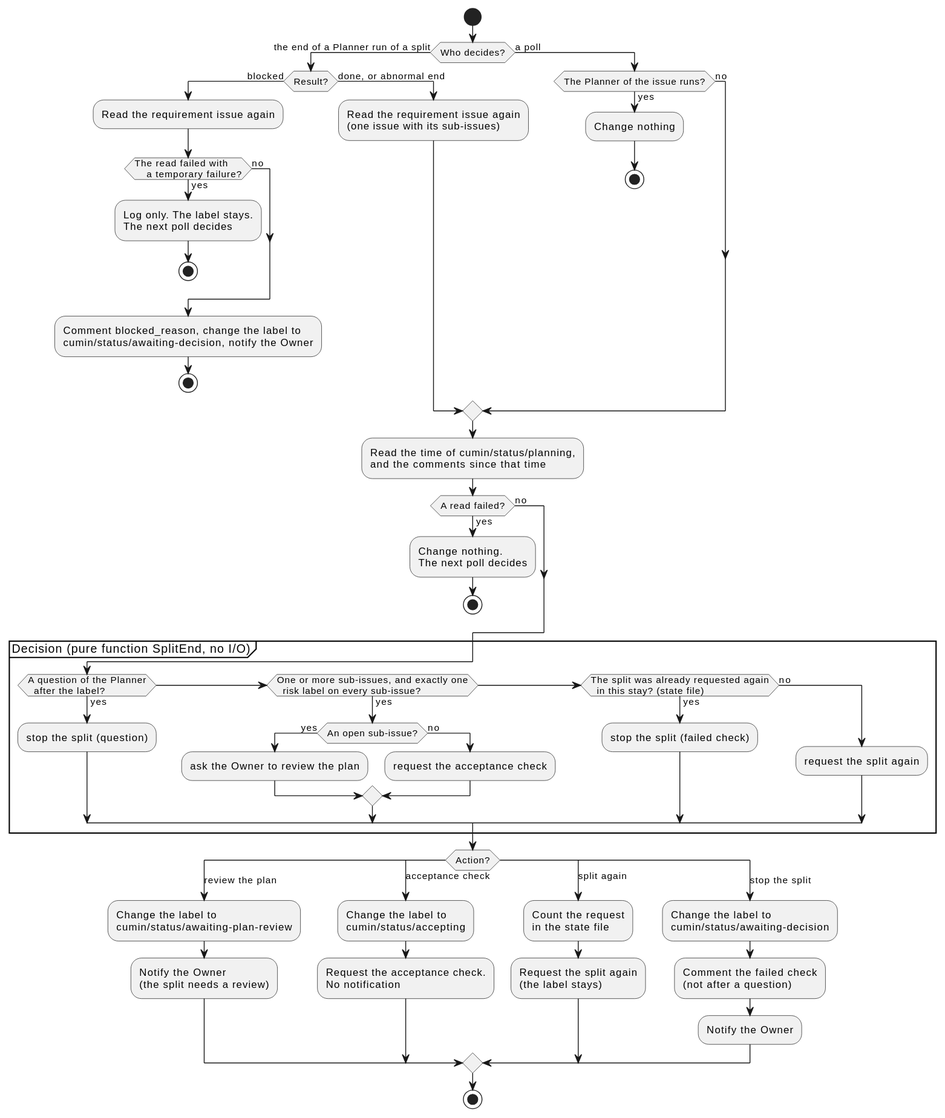
cloveclovedev/cumin-works keeps this PlantUML diagram as docs/ja/designs/poll-split.svg. Above is the earlier version.
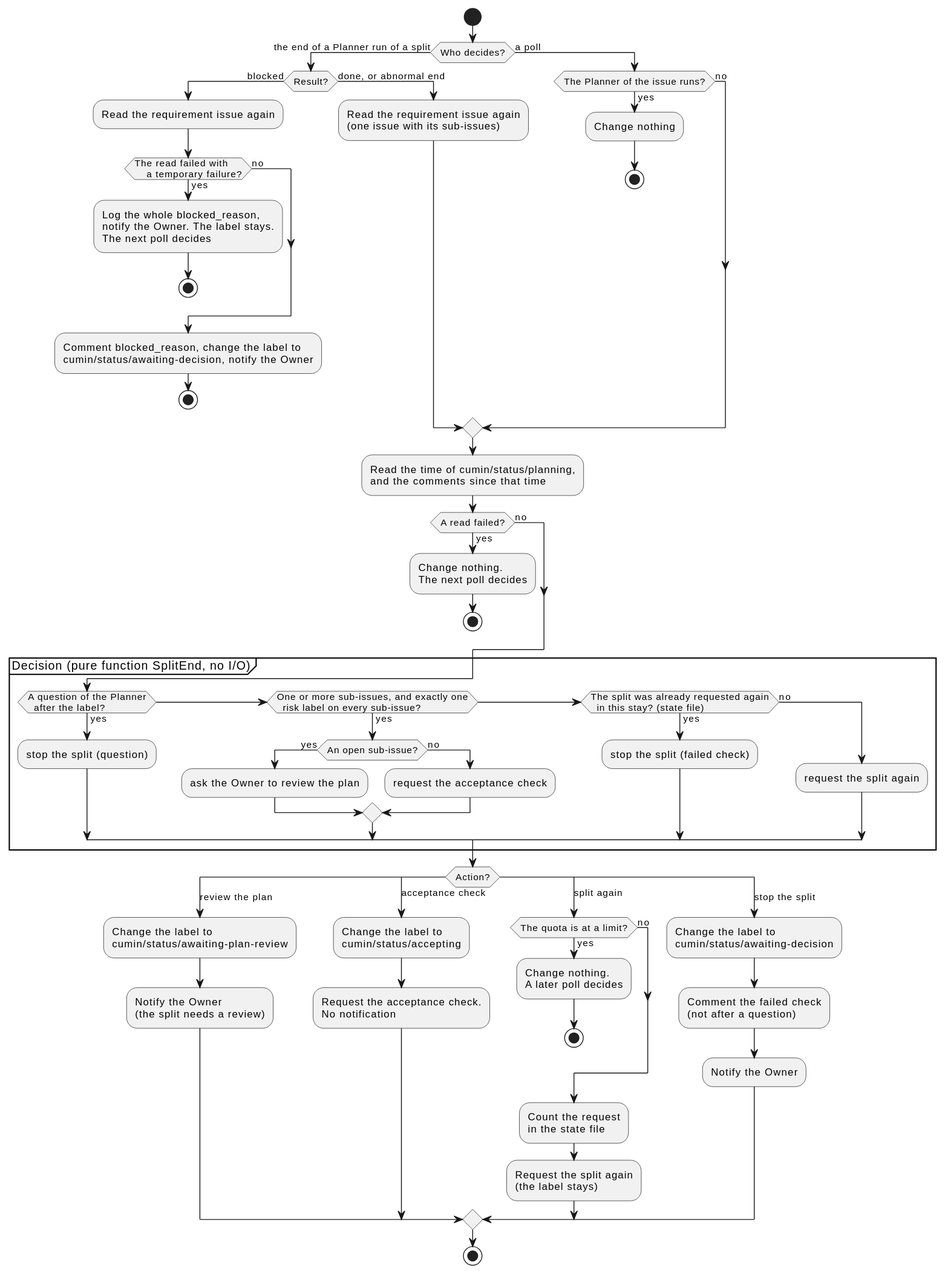
Above is the later version.

The edit, as a diff of the source:
```diff
@@ -8,7 +8,8 @@
     :Read the requirement issue again;
     if (The read failed with
     a temporary failure?) then (yes)
-      :Log only. The label stays.
+      :Log the whole blocked_reason,
+      notify the Owner. The label stays.
       The next poll decides;
       stop
     else (no)
@@ -65,6 +66,12 @@
   :Request the acceptance check.
   No notification;
 case (split again)
+  if (The quota is at a limit?) then (yes)
+    :Change nothing.
+    A later poll decides;
+    stop
+  else (no)
+  endif
   :Count the request
   in the state file;
   :Request the split again
```
